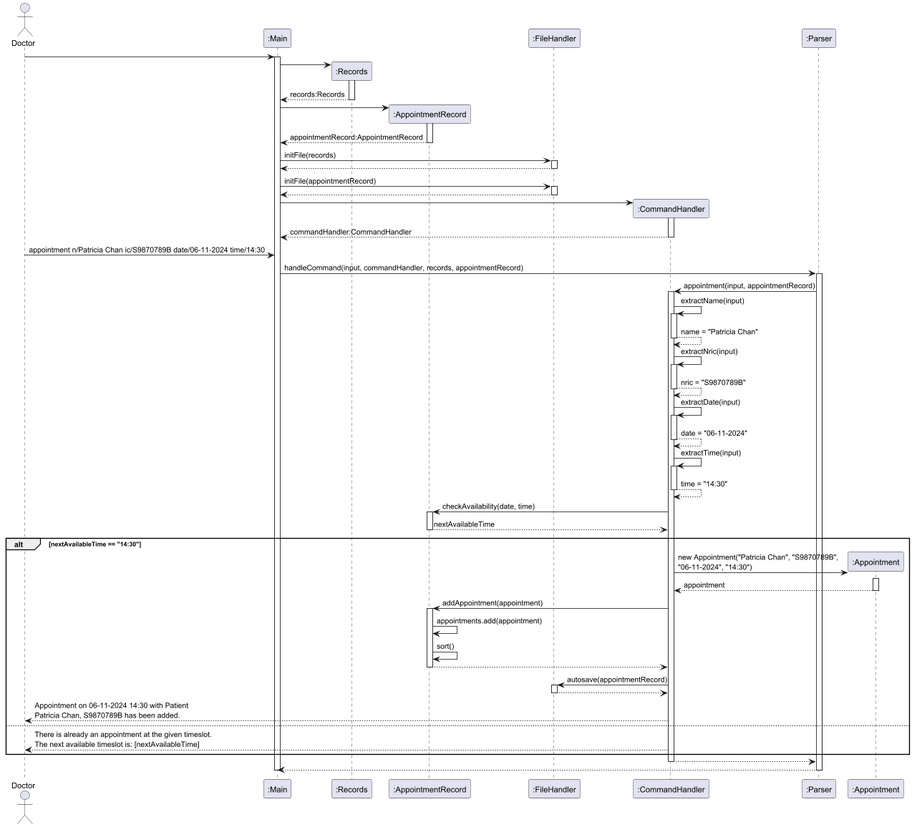
Above: docs/NewAppointmentSD.png in yentheng0110/tp (PlantUML), before the change.
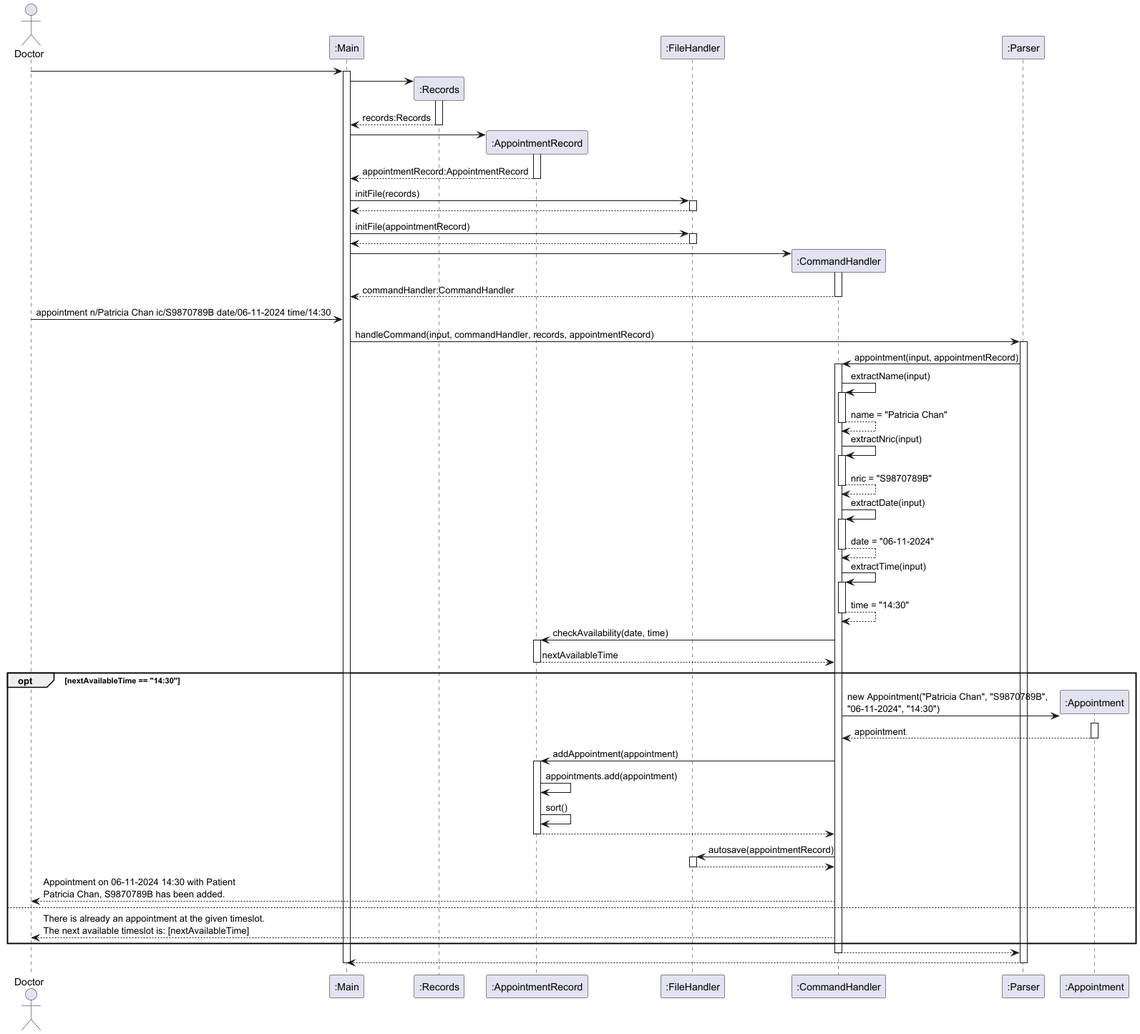
After the change.

What changed in the source:
```diff
@@ -42,7 +42,7 @@
 ":CommandHandler" -> ":AppointmentRecord" ++: checkAvailability(date, time)
 ":AppointmentRecord" --> ":CommandHandler" --: nextAvailableTime
 
-alt nextAvailableTime == "14:30"
+opt nextAvailableTime == "14:30"
     create ":Appointment"
     ":CommandHandler" -> ":Appointment" **: new Appointment("Patricia Chan", "S9870789B",\n"06-11-2024", "14:30")
     activate ":Appointment"
```
